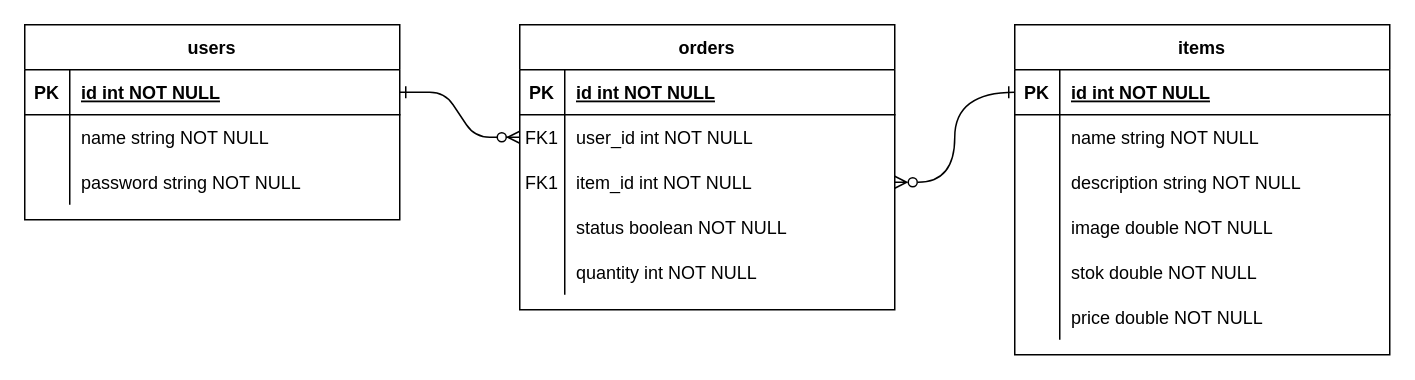
Before: erd.drawio in BingleShop-Team-1/BingleShop-Team1, a draw.io diagram. Source tidied: cells renumbered, new cells numbered last; positions are measured from the earlier drawing's top-left corner, leaving out a move shared by most shapes. Both pictures are drawn from the tidied source at 150%, with x=0, y=0 at pixel (24, 24).
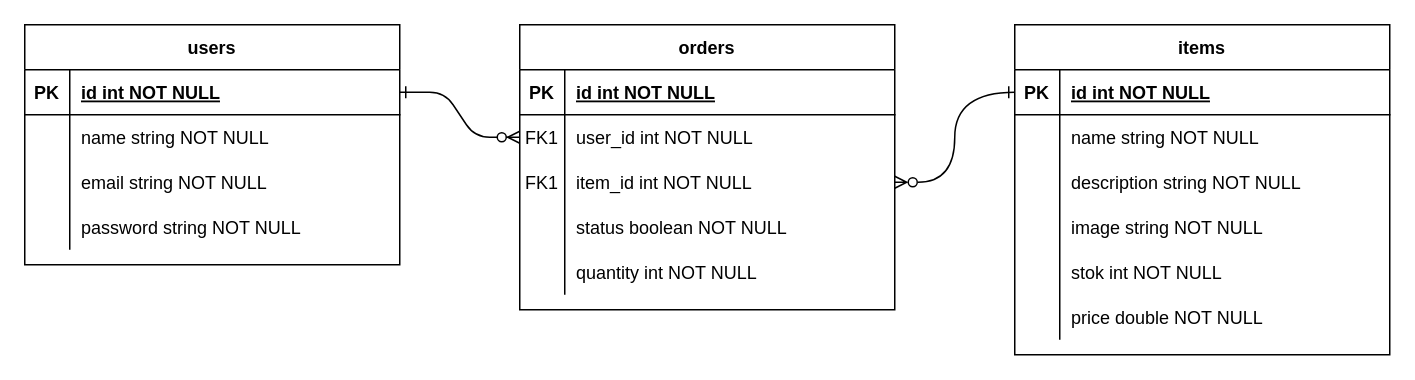
Above is the later version.

The change refers to these unchanged cells:
```xml
<mxCell id="29" style="shape=partialRectangle;fillColor=none;top=0;left=0;right=0;bottom=0;" parent="19" vertex="1">
  <mxGeometry y="120" width="250" height="30" as="geometry" />
</mxCell>
<mxCell id="32" style="shape=partialRectangle;fillColor=none;top=0;left=0;right=0;bottom=0;" parent="19" vertex="1">
  <mxGeometry y="150" width="250" height="30" as="geometry" />
</mxCell>
<mxCell id="45" style="shape=partialRectangle;fillColor=none;top=0;left=0;right=0;bottom=0;" parent="38" vertex="1">
  <mxGeometry y="90" width="250" height="30" as="geometry" />
</mxCell>
```

Change to the diagram source:
```diff
@@
-    <mxCell id="31" value="image double NOT NULL" style="shape=partialRectangle;overflow=hidden;fillColor=none;top=0;left=0;bottom=0;right=0;align=left;spacingLeft=6;" parent="29" vertex="1">
+    <mxCell id="31" value="image string NOT NULL" style="shape=partialRectangle;overflow=hidden;fillColor=none;top=0;left=0;bottom=0;right=0;align=left;spacingLeft=6;" parent="29" vertex="1">
       <mxGeometry x="30" width="220" height="30" as="geometry" />
     </mxCell>
@@
-    <mxCell id="34" value="stok double NOT NULL" style="shape=partialRectangle;overflow=hidden;fillColor=none;top=0;left=0;bottom=0;right=0;align=left;spacingLeft=6;" parent="32" vertex="1">
+    <mxCell id="34" value="stok int NOT NULL" style="shape=partialRectangle;overflow=hidden;fillColor=none;top=0;left=0;bottom=0;right=0;align=left;spacingLeft=6;" parent="32" vertex="1">
       <mxGeometry x="30" width="220" height="30" as="geometry" />
     </mxCell>
@@
     <mxCell id="38" value="users" style="shape=table;startSize=30;childLayout=tableLayout;rowLines=0;fontStyle=1;align=center;" parent="1" vertex="1">
-      <mxGeometry width="250" height="130" as="geometry" />
+      <mxGeometry width="250" height="160" as="geometry" />
     </mxCell>
@@
-    <mxCell id="47" value="password string NOT NULL" style="shape=partialRectangle;overflow=hidden;fillColor=none;top=0;left=0;bottom=0;right=0;align=left;spacingLeft=6;" parent="45" vertex="1">
+    <mxCell id="47" value="email string NOT NULL" style="shape=partialRectangle;overflow=hidden;fillColor=none;top=0;left=0;bottom=0;right=0;align=left;spacingLeft=6;" parent="45" vertex="1">
       <mxGeometry x="30" width="220" height="30" as="geometry" />
     </mxCell>
+    <mxCell id="49" style="shape=partialRectangle;fillColor=none;top=0;left=0;right=0;bottom=0;" parent="38" vertex="1">
+      <mxGeometry y="120" width="250" height="30" as="geometry" />
+    </mxCell>
+    <mxCell id="50" style="shape=partialRectangle;overflow=hidden;fillColor=none;top=0;left=0;bottom=0;right=0;" parent="49" vertex="1">
+      <mxGeometry width="30" height="30" as="geometry" />
+    </mxCell>
+    <mxCell id="51" value="password string NOT NULL" style="shape=partialRectangle;overflow=hidden;fillColor=none;top=0;left=0;bottom=0;right=0;align=left;spacingLeft=6;" parent="49" vertex="1">
+      <mxGeometry x="30" width="220" height="30" as="geometry" />
+    </mxCell>
```
